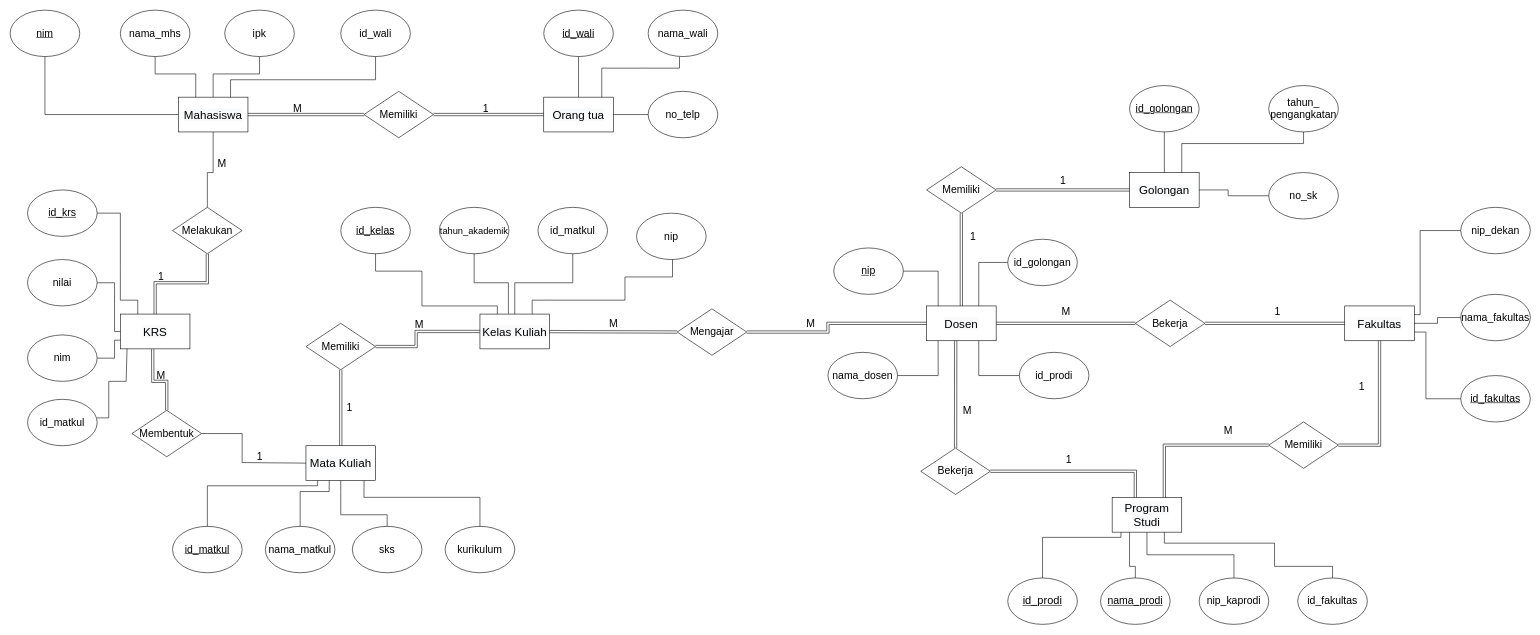
Earlier version of the draw.io diagram Tugas erd Basis data.drawio (ar-kun/Erd). Source tidied: cells renumbered, new cells numbered last; positions are measured from the earlier drawing's top-left corner, leaving out a move shared by most shapes. Both pictures are drawn from the tidied source at 58%, with x=0, y=0 at pixel (10, 10).
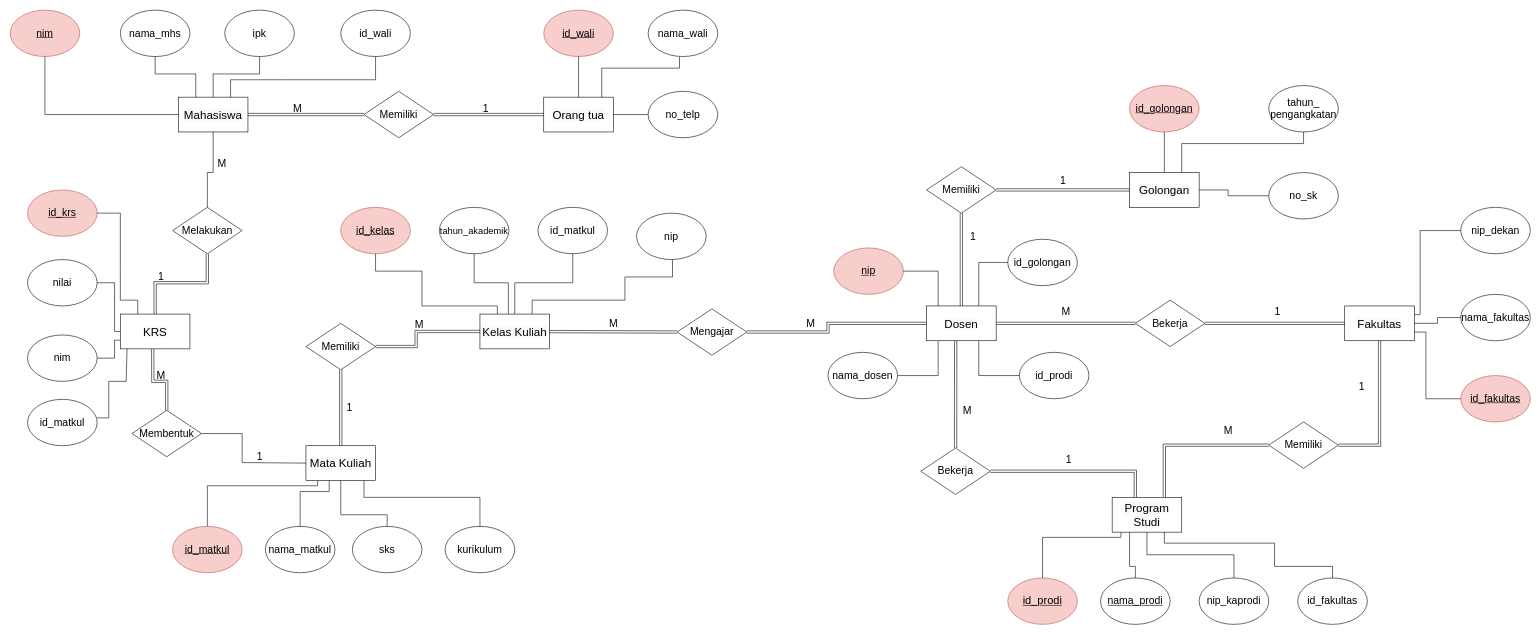
Above is the later version.

Diff of the diagram source:
```diff
@@
-    <mxCell id="10" value="&lt;font style=&quot;font-size: 18px&quot;&gt;&lt;u&gt;nim&lt;/u&gt;&lt;/font&gt;" style="ellipse;whiteSpace=wrap;html=1;" parent="1" vertex="1">
+    <mxCell id="10" value="&lt;font style=&quot;font-size: 18px&quot;&gt;&lt;u&gt;nim&lt;/u&gt;&lt;/font&gt;" style="ellipse;whiteSpace=wrap;html=1;fillColor=#f8cecc;strokeColor=#b85450;" parent="1" vertex="1">
       <mxGeometry width="120" height="80" as="geometry" />
     </mxCell>
@@
-    <mxCell id="14" value="&lt;font style=&quot;font-size: 18px&quot;&gt;&lt;u&gt;id_wali&lt;/u&gt;&lt;/font&gt;" style="ellipse;whiteSpace=wrap;html=1;" parent="1" vertex="1">
+    <mxCell id="14" value="&lt;font style=&quot;font-size: 18px&quot;&gt;&lt;u&gt;id_wali&lt;/u&gt;&lt;/font&gt;" style="ellipse;whiteSpace=wrap;html=1;fillColor=#f8cecc;strokeColor=#b85450;" parent="1" vertex="1">
       <mxGeometry x="920" width="120" height="80" as="geometry" />
     </mxCell>
@@
-    <mxCell id="17" value="&lt;u&gt;&lt;font style=&quot;font-size: 18px&quot;&gt;id_krs&lt;/font&gt;&lt;/u&gt;" style="ellipse;whiteSpace=wrap;html=1;" parent="1" vertex="1">
+    <mxCell id="17" value="&lt;u&gt;&lt;font style=&quot;font-size: 18px&quot;&gt;id_krs&lt;/font&gt;&lt;/u&gt;" style="ellipse;whiteSpace=wrap;html=1;fillColor=#f8cecc;strokeColor=#b85450;" parent="1" vertex="1">
       <mxGeometry x="30" y="310" width="120" height="80" as="geometry" />
     </mxCell>
@@
-    <mxCell id="21" value="&lt;u&gt;&lt;font style=&quot;font-size: 18px&quot;&gt;id_matkul&lt;/font&gt;&lt;/u&gt;" style="ellipse;whiteSpace=wrap;html=1;" parent="1" vertex="1">
+    <mxCell id="21" value="&lt;u&gt;&lt;font style=&quot;font-size: 18px&quot;&gt;id_matkul&lt;/font&gt;&lt;/u&gt;" style="ellipse;whiteSpace=wrap;html=1;fillColor=#f8cecc;strokeColor=#b85450;" parent="1" vertex="1">
       <mxGeometry x="280" y="890" width="120" height="80" as="geometry" />
     </mxCell>
@@
-    <mxCell id="26" value="&lt;u&gt;&lt;font style=&quot;font-size: 18px&quot;&gt;id_kelas&lt;/font&gt;&lt;/u&gt;" style="ellipse;whiteSpace=wrap;html=1;" parent="1" vertex="1">
+    <mxCell id="26" value="&lt;u&gt;&lt;font style=&quot;font-size: 18px&quot;&gt;id_kelas&lt;/font&gt;&lt;/u&gt;" style="ellipse;whiteSpace=wrap;html=1;fillColor=#f8cecc;strokeColor=#b85450;" parent="1" vertex="1">
       <mxGeometry x="570" y="340" width="120" height="80" as="geometry" />
     </mxCell>
@@
-    <mxCell id="30" value="&lt;u&gt;&lt;font style=&quot;font-size: 18px&quot;&gt;nip&lt;/font&gt;&lt;/u&gt;" style="ellipse;whiteSpace=wrap;html=1;" parent="1" vertex="1">
+    <mxCell id="30" value="&lt;u&gt;&lt;font style=&quot;font-size: 18px&quot;&gt;nip&lt;/font&gt;&lt;/u&gt;" style="ellipse;whiteSpace=wrap;html=1;fillColor=#f8cecc;strokeColor=#b85450;" parent="1" vertex="1">
       <mxGeometry x="1420" y="410" width="120" height="80" as="geometry" />
     </mxCell>
@@
-    <mxCell id="34" value="&lt;u&gt;&lt;font style=&quot;font-size: 18px&quot;&gt;id_golongan&lt;/font&gt;&lt;/u&gt;" style="ellipse;whiteSpace=wrap;html=1;" parent="1" vertex="1">
+    <mxCell id="34" value="&lt;u&gt;&lt;font style=&quot;font-size: 18px&quot;&gt;id_golongan&lt;/font&gt;&lt;/u&gt;" style="ellipse;whiteSpace=wrap;html=1;fillColor=#f8cecc;strokeColor=#b85450;" parent="1" vertex="1">
       <mxGeometry x="1930" y="130" width="120" height="80" as="geometry" />
     </mxCell>
@@
-    <mxCell id="39" value="&lt;u&gt;&lt;font style=&quot;font-size: 18px&quot;&gt;id_fakultas&lt;/font&gt;&lt;/u&gt;" style="ellipse;whiteSpace=wrap;html=1;" parent="1" vertex="1">
+    <mxCell id="39" value="&lt;u&gt;&lt;font style=&quot;font-size: 18px&quot;&gt;id_fakultas&lt;/font&gt;&lt;/u&gt;" style="ellipse;whiteSpace=wrap;html=1;fillColor=#f8cecc;strokeColor=#b85450;" parent="1" vertex="1">
       <mxGeometry x="2501" y="630" width="120" height="80" as="geometry" />
     </mxCell>
@@
-    <mxCell id="41" value="&lt;font style=&quot;font-size: 19px&quot;&gt;&lt;u&gt;id_prodi&lt;/u&gt;&lt;/font&gt;" style="ellipse;whiteSpace=wrap;html=1;" parent="1" vertex="1">
+    <mxCell id="41" value="&lt;font style=&quot;font-size: 19px&quot;&gt;&lt;u&gt;id_prodi&lt;/u&gt;&lt;/font&gt;" style="ellipse;whiteSpace=wrap;html=1;fillColor=#f8cecc;strokeColor=#b85450;" parent="1" vertex="1">
       <mxGeometry x="1720" y="979" width="120" height="80" as="geometry" />
     </mxCell>
```
